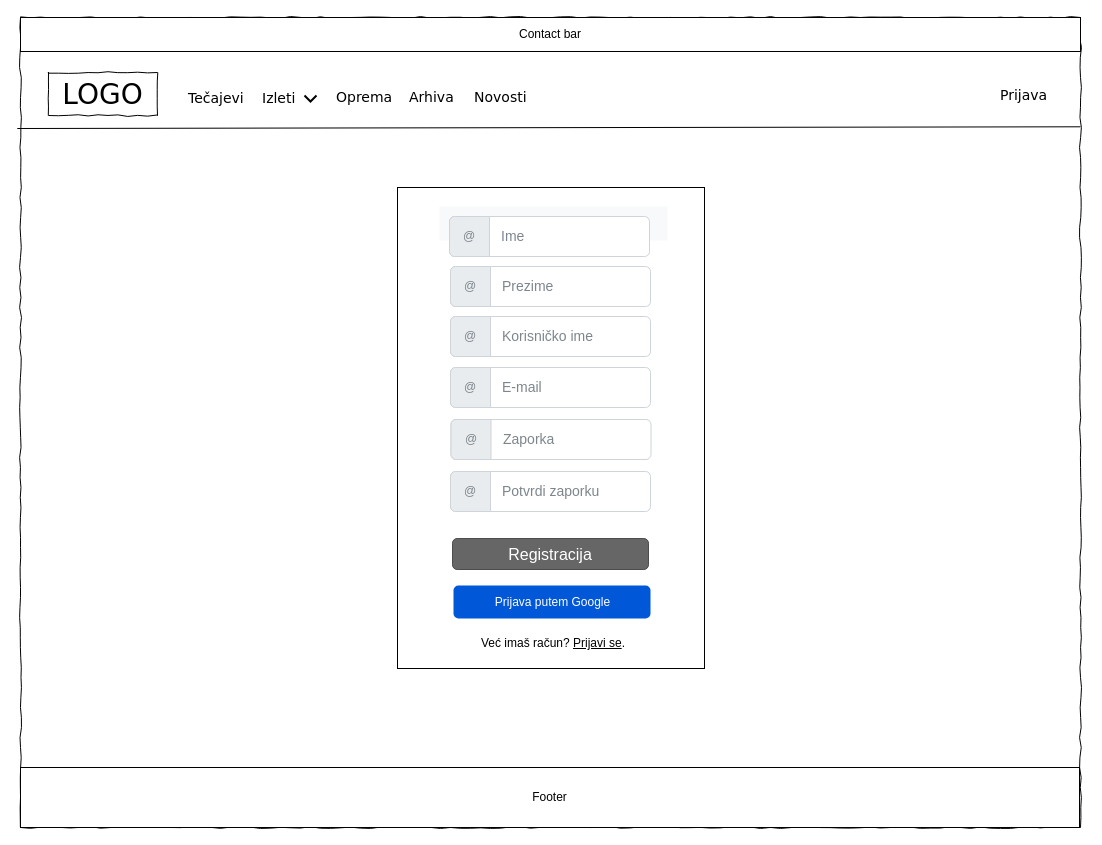
Above: page "Authentication Page - Sign in" (2 of 12) of low-fidelity-HCI.drawio in JakovSp/HCI (draw.io), before the change. Source tidied: cells renumbered, new cells numbered last; positions are measured from the earlier drawing's top-left corner, leaving out a move shared by most shapes. Both pictures are drawn from the tidied source at 100%, with x=0, y=0 at pixel (17, 17). Pictures stored in the file or linked from it are replaced by grey dashed boxes.
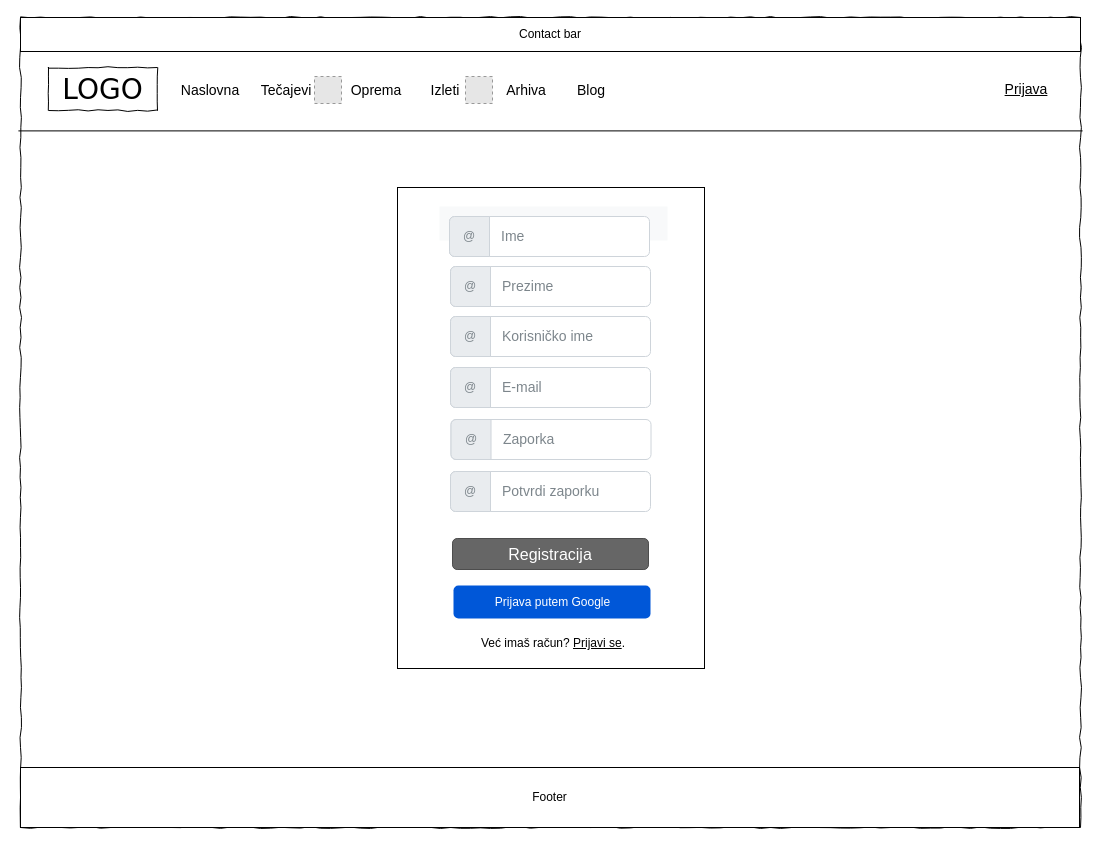
The same page after the edit.

Change to the diagram source:
```diff
@@
-    <mxCell id="3" style="group;" parent="1" vertex="1">
-      <mxGeometry x="-0.2" y="50" width="1063.2" height="760" as="geometry" />
-    </mxCell>
-    <mxCell id="4" value="Oprema" style="text;html=1;align=left;verticalAlign=top;spacingTop=-4;fontSize=14;fontFamily=Verdana;" parent="3" vertex="1">
-      <mxGeometry x="317.2" y="18.5" width="60" height="20" as="geometry" />
-    </mxCell>
-    <mxCell id="5" value="Arhiva" style="text;html=1;align=left;verticalAlign=top;spacingTop=-4;fontSize=14;fontFamily=Verdana;" parent="3" vertex="1">
-      <mxGeometry x="390.2" y="19" width="60" height="20" as="geometry" />
-    </mxCell>
-    <mxCell id="6" value="Novosti" style="text;html=1;align=left;verticalAlign=top;spacingTop=-4;fontSize=14;fontFamily=Verdana;" parent="3" vertex="1">
-      <mxGeometry x="455.2" y="19" width="60" height="20" as="geometry" />
-    </mxCell>
-    <mxCell id="7" value="Tečajevi" style="text;html=1;align=left;verticalAlign=top;spacingTop=-4;fontSize=14;fontFamily=Verdana;" parent="3" vertex="1">
-      <mxGeometry x="169.2" y="20" width="60" height="20" as="geometry" />
-    </mxCell>
-    <mxCell id="8" style="group;rotation=90;" parent="3" vertex="1">
-      <mxGeometry x="243.2" y="20" width="60" height="20" as="geometry" />
-    </mxCell>
-    <mxCell id="9" value="Izleti" style="text;html=1;align=left;verticalAlign=top;spacingTop=-4;fontSize=14;fontFamily=Verdana;" parent="8" vertex="1">
-      <mxGeometry width="60" height="20" as="geometry" />
-    </mxCell>
-    <mxCell id="10" style="html=1;verticalLabelPosition=bottom;labelBackgroundColor=#ffffff;verticalAlign=top;shadow=0;dashed=0;strokeWidth=2;shape=mxgraph.ios7.misc.down;" parent="8" vertex="1">
-      <mxGeometry x="44" y="8" width="12" height="6" as="geometry" />
-    </mxCell>
-    <mxCell id="11" value="Prijava" style="text;html=1;align=left;verticalAlign=top;spacingTop=-4;fontSize=14;fontFamily=Verdana;" parent="3" vertex="1">
-      <mxGeometry x="981.2" y="16.5" width="60" height="20" as="geometry" />
-    </mxCell>
-    <mxCell id="12" style="endArrow=none;html=1;exitX=-0.004;exitY=0.137;exitDx=0;exitDy=0;exitPerimeter=0;entryX=0.999;entryY=0.135;entryDx=0;entryDy=0;entryPerimeter=0;" parent="3" edge="1">
-      <mxGeometry relative="1" as="geometry">
-        <mxPoint y="61" as="sourcePoint" />
-        <mxPoint x="1063.2" y="59.3" as="targetPoint" />
-      </mxGeometry>
-    </mxCell>
-    <mxCell id="13" value="LOGO" style="whiteSpace=wrap;html=1;rounded=0;shadow=0;labelBackgroundColor=none;strokeWidth=1;fontFamily=Verdana;fontSize=28;align=center;comic=1;" parent="3" vertex="1">
-      <mxGeometry x="31.2" y="5" width="109" height="43" as="geometry" />
-    </mxCell>
-    <mxCell id="14" value="Contact bar" style="rounded=0;whiteSpace=wrap;html=1;" parent="3" vertex="1">
-      <mxGeometry x="3.2" y="-50" width="1060" height="34" as="geometry" />
-    </mxCell>
@@
+    <mxCell id="33" style="group;" parent="1" vertex="1">
+      <mxGeometry x="0.9" width="1064.2" height="113.4" as="geometry" />
+    </mxCell>
+    <mxCell id="14" value="Contact bar" style="rounded=0;whiteSpace=wrap;html=1;" parent="33" vertex="1">
+      <mxGeometry x="2.1" width="1060" height="34" as="geometry" />
+    </mxCell>
+    <mxCell id="34" style="endArrow=none;html=1;fontSize=14;exitX=-0.001;exitY=0.14;exitDx=0;exitDy=0;exitPerimeter=0;entryX=1.003;entryY=0.14;entryDx=0;entryDy=0;entryPerimeter=0;" parent="33" edge="1">
+      <mxGeometry relative="1" as="geometry">
+        <mxPoint y="113.4" as="sourcePoint" />
+        <mxPoint x="1064.2" y="113.4" as="targetPoint" />
+      </mxGeometry>
+    </mxCell>
+    <mxCell id="35" style="group;" parent="1" vertex="1">
+      <mxGeometry x="31" y="50" width="998" height="43" as="geometry" />
+    </mxCell>
+    <mxCell id="36" style="group;" parent="35" vertex="1">
+      <mxGeometry width="563" height="43" as="geometry" />
+    </mxCell>
+    <mxCell id="13" value="LOGO" style="whiteSpace=wrap;html=1;rounded=0;shadow=0;labelBackgroundColor=none;strokeWidth=1;fontFamily=Verdana;fontSize=28;align=center;comic=1;" parent="36" vertex="1">
+      <mxGeometry width="109" height="43" as="geometry" />
+    </mxCell>
+    <mxCell id="37" style="group;" parent="36" vertex="1">
+      <mxGeometry x="142" y="9" width="421" height="27" as="geometry" />
+    </mxCell>
+    <mxCell id="38" value="Naslovna" style="text;html=1;strokeColor=none;fillColor=none;align=center;verticalAlign=middle;whiteSpace=wrap;rounded=0;fontSize=14;" parent="37" vertex="1">
+      <mxGeometry y="3.5" width="40" height="20" as="geometry" />
+    </mxCell>
+    <mxCell id="39" style="group;" parent="37" vertex="1">
+      <mxGeometry x="76" width="75" height="27" as="geometry" />
+    </mxCell>
+    <mxCell id="7" value="Tečajevi" style="text;html=1;strokeColor=none;fillColor=none;align=center;verticalAlign=middle;whiteSpace=wrap;rounded=0;fontSize=14;" parent="39" vertex="1">
+      <mxGeometry y="3.5" width="40" height="20" as="geometry" />
+    </mxCell>
+    <mxCell id="40" style="fillColor=#E6E6E6;strokeColor=#999999;dashed=1;html=1;verticalAlign=top;verticalLabelPosition=bottom;labelBackgroundColor=#ffffff;fontSize=14;align=left;" parent="39" vertex="1">
+      <mxGeometry x="48" width="27" height="27" as="geometry" />
+    </mxCell>
+    <mxCell id="4" value="Oprema" style="text;html=1;strokeColor=none;fillColor=none;align=center;verticalAlign=middle;whiteSpace=wrap;rounded=0;fontSize=14;" parent="37" vertex="1">
+      <mxGeometry x="166" y="3.5" width="40" height="20" as="geometry" />
+    </mxCell>
+    <mxCell id="41" style="group;" parent="37" vertex="1">
+      <mxGeometry x="235" width="67" height="27" as="geometry" />
+    </mxCell>
+    <mxCell id="9" value="Izleti" style="text;html=1;strokeColor=none;fillColor=none;align=center;verticalAlign=middle;whiteSpace=wrap;rounded=0;fontSize=14;" parent="41" vertex="1">
+      <mxGeometry y="3.5" width="40" height="20" as="geometry" />
+    </mxCell>
+    <mxCell id="42" style="fillColor=#E6E6E6;strokeColor=#999999;dashed=1;html=1;verticalAlign=top;verticalLabelPosition=bottom;labelBackgroundColor=#ffffff;fontSize=14;align=left;" parent="41" vertex="1">
+      <mxGeometry x="40" width="27" height="27" as="geometry" />
+    </mxCell>
+    <mxCell id="5" value="Arhiva" style="text;html=1;strokeColor=none;fillColor=none;align=center;verticalAlign=middle;whiteSpace=wrap;rounded=0;fontSize=14;" parent="37" vertex="1">
+      <mxGeometry x="316" y="3.5" width="40" height="20" as="geometry" />
+    </mxCell>
+    <mxCell id="43" value="Blog" style="text;html=1;strokeColor=none;fillColor=none;align=center;verticalAlign=middle;whiteSpace=wrap;rounded=0;fontSize=14;" parent="37" vertex="1">
+      <mxGeometry x="381" y="3.5" width="40" height="20" as="geometry" />
+    </mxCell>
+    <mxCell id="11" value="&lt;u&gt;Prijava&lt;/u&gt;" style="text;html=1;strokeColor=none;fillColor=none;align=center;verticalAlign=middle;whiteSpace=wrap;rounded=0;fontSize=14;" parent="35" vertex="1">
+      <mxGeometry x="958" y="11.5" width="40" height="20" as="geometry" />
+    </mxCell>
```
